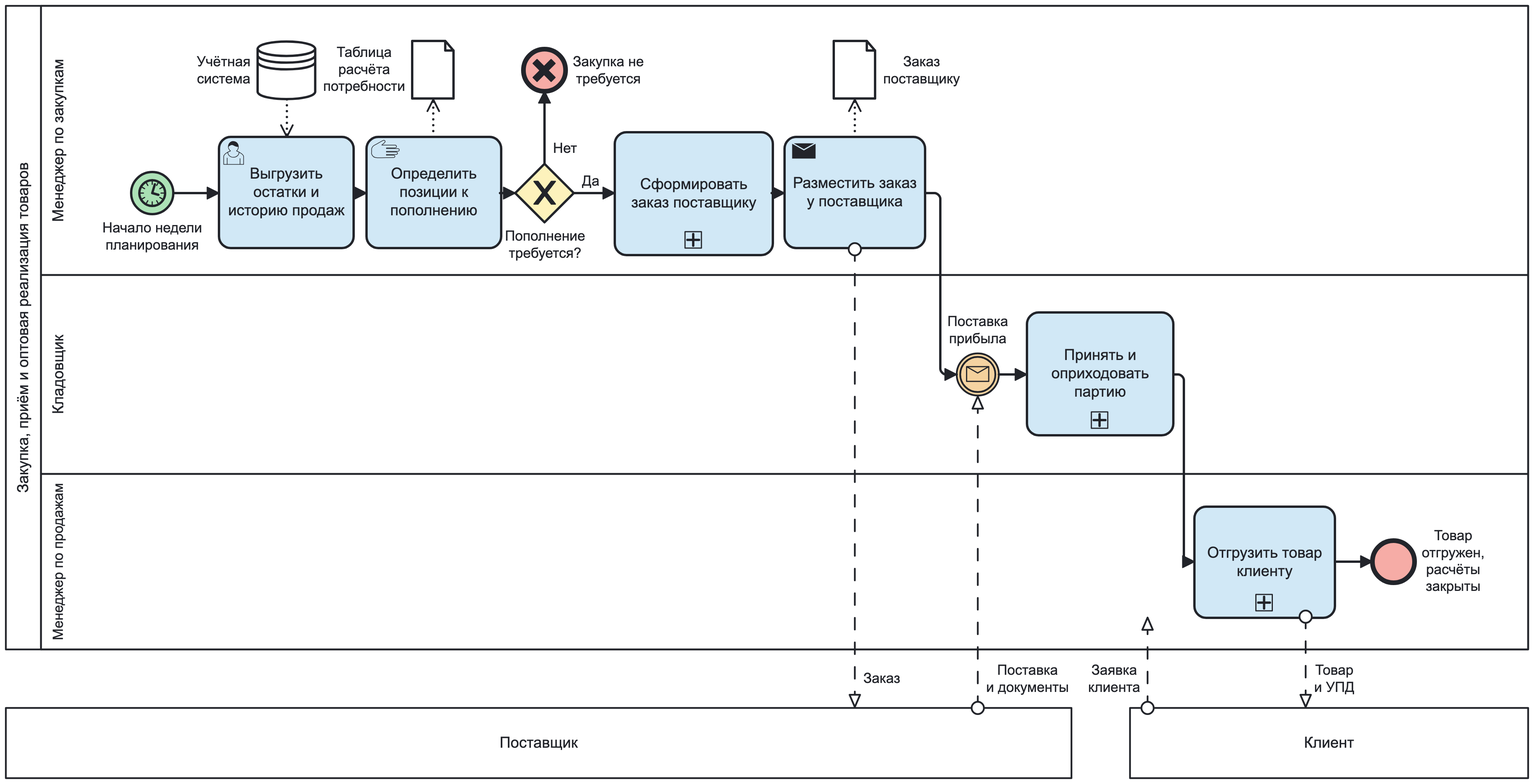
The BPMN diagram img/as_is.png in VadFaipin1/sppr-vybor-postavshchika, before a commit. Its source is kept beside it as bpmn/as_is.bpmn. Ids are renumbered.
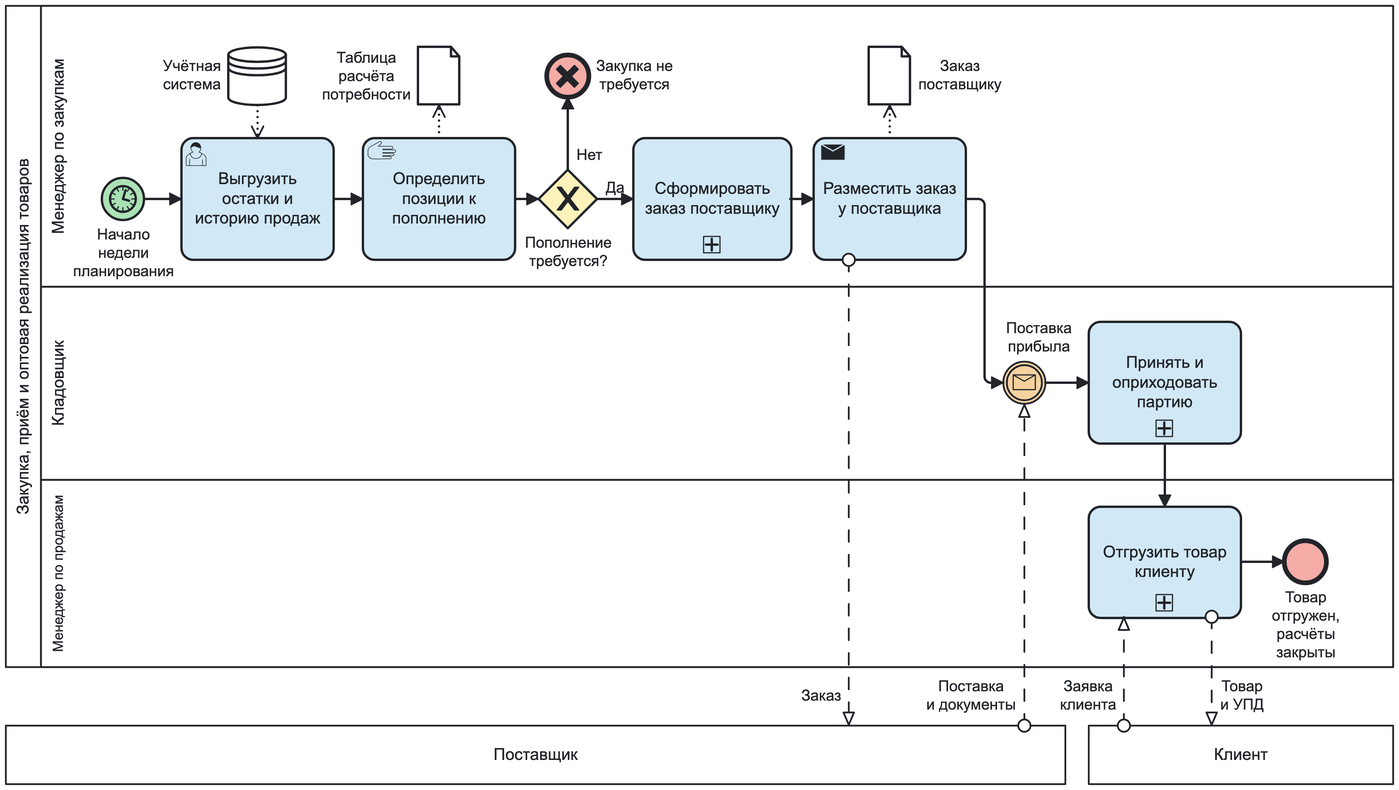
Later version of the same file.

What changed in the source:
```diff
@@ -14,7 +14,7 @@
 <bpmn:lane id="Lane_04" name="Кладовщик"><bpmn:flowNodeRef>Event_22</bpmn:flowNodeRef><bpmn:flowNodeRef>Activity_24</bpmn:flowNodeRef></bpmn:lane>
 <bpmn:lane id="Lane_05" name="Менеджер по продажам"><bpmn:flowNodeRef>Activity_25</bpmn:flowNodeRef><bpmn:flowNodeRef>Event_26</bpmn:flowNodeRef></bpmn:lane>
 </bpmn:laneSet>
-<bpmn:startEvent id="Event_08" name="Начало недели&#10;планирования"><bpmn:outgoing>Flow_27</bpmn:outgoing><bpmn:timerEventDefinition id="EventDefinition_09" /></bpmn:startEvent>
+<bpmn:startEvent id="Event_08" name="Начало&#10;недели&#10;планирования"><bpmn:outgoing>Flow_27</bpmn:outgoing><bpmn:timerEventDefinition id="EventDefinition_09" /></bpmn:startEvent>
 <bpmn:dataStoreReference id="DataStoreReference_10" name="Учётная&#10;система"></bpmn:dataStoreReference>
 <bpmn:userTask id="Activity_11" name="Выгрузить остатки и историю продаж"><bpmn:incoming>Flow_27</bpmn:incoming><bpmn:outgoing>Flow_28</bpmn:outgoing><bpmn:property id="Property_38" name="__targetRef_placeholder" /><bpmn:dataInputAssociation id="DataInputAssociation_37"><bpmn:sourceRef>DataStoreReference_10</bpmn:sourceRef><bpmn:targetRef>Property_38</bpmn:targetRef></bpmn:dataInputAssociation></bpmn:userTask>
 <bpmn:manualTask id="Activity_12" name="Определить позиции к пополнению"><bpmn:incoming>Flow_28</bpmn:incoming><bpmn:outgoing>Flow_29</bpmn:outgoing><bpmn:dataOutputAssociation id="DataOutputAssociation_39"><bpmn:targetRef>DataObjectReference_13</bpmn:targetRef></bpmn:dataOutputAssociation></bpmn:manualTask>
@@ -41,43 +41,43 @@
 </bpmn:process>
 <bpmndi:BPMNDiagram id="BPMNDiagram_as_is">
 <bpmndi:BPMNPlane id="BPMNPlane_as_is" bpmnElement="Collaboration_as_is">
-<bpmndi:BPMNShape id="Participant_01_di" bpmnElement="Participant_01" isHorizontal="true"><dc:Bounds x="0" y="0" width="1300" height="550" /></bpmndi:BPMNShape>
-<bpmndi:BPMNShape id="Lane_03_di" bpmnElement="Lane_03" isHorizontal="true"><dc:Bounds x="30" y="0" width="1270" height="230" /></bpmndi:BPMNShape>
-<bpmndi:BPMNShape id="Lane_04_di" bpmnElement="Lane_04" isHorizontal="true"><dc:Bounds x="30" y="230" width="1270" height="170" /></bpmndi:BPMNShape>
-<bpmndi:BPMNShape id="Lane_05_di" bpmnElement="Lane_05" isHorizontal="true"><dc:Bounds x="30" y="400" width="1270" height="150" /></bpmndi:BPMNShape>
-<bpmndi:BPMNShape id="Participant_06_di" bpmnElement="Participant_06" isHorizontal="true"><dc:Bounds x="0" y="600" width="910" height="60" /></bpmndi:BPMNShape>
-<bpmndi:BPMNShape id="Participant_07_di" bpmnElement="Participant_07" isHorizontal="true"><dc:Bounds x="960" y="600" width="340" height="60" /></bpmndi:BPMNShape>
-<bpmndi:BPMNShape bioc:fill="#a9e0b3" color:background-color="#a9e0b3" id="Event_08_di" bpmnElement="Event_08"><dc:Bounds x="107" y="142" width="36" height="36" /><bpmndi:BPMNLabel><dc:Bounds x="82" y="183" width="86" height="29" /></bpmndi:BPMNLabel></bpmndi:BPMNShape>
-<bpmndi:BPMNShape id="DataStoreReference_10_di" bpmnElement="DataStoreReference_10"><dc:Bounds x="215" y="30" width="50" height="50" /><bpmndi:BPMNLabel><dc:Bounds x="163" y="41" width="46" height="29" /></bpmndi:BPMNLabel></bpmndi:BPMNShape>
-<bpmndi:BPMNShape bioc:fill="#cfe7f6" color:background-color="#cfe7f6" id="Activity_11_di" bpmnElement="Activity_11"><dc:Bounds x="182" y="112" width="115" height="95" /></bpmndi:BPMNShape>
-<bpmndi:BPMNShape bioc:fill="#cfe7f6" color:background-color="#cfe7f6" id="Activity_12_di" bpmnElement="Activity_12"><dc:Bounds x="308" y="112" width="115" height="95" /></bpmndi:BPMNShape>
-<bpmndi:BPMNShape id="DataObjectReference_13_di" bpmnElement="DataObjectReference_13"><dc:Bounds x="347" y="30" width="36" height="50" /><bpmndi:BPMNLabel><dc:Bounds x="271" y="33" width="70" height="43" /></bpmndi:BPMNLabel></bpmndi:BPMNShape>
-<bpmndi:BPMNShape bioc:fill="#fdf1b8" color:background-color="#fdf1b8" id="Gateway_15_di" bpmnElement="Gateway_15" isMarkerVisible="true"><dc:Bounds x="435" y="135" width="50" height="50" /><bpmndi:BPMNLabel><dc:Bounds x="426" y="190" width="69" height="29" /></bpmndi:BPMNLabel></bpmndi:BPMNShape>
-<bpmndi:BPMNShape bioc:fill="#f5a8a1" color:background-color="#f5a8a1" id="Event_16_di" bpmnElement="Event_16"><dc:Bounds x="442" y="37" width="36" height="36" /><bpmndi:BPMNLabel><dc:Bounds x="484" y="41" width="60" height="29" /></bpmndi:BPMNLabel></bpmndi:BPMNShape>
-<bpmndi:BPMNShape bioc:fill="#cfe7f6" color:background-color="#cfe7f6" id="Activity_18_di" bpmnElement="Activity_18" isExpanded="false"><dc:Bounds x="520" y="108" width="135" height="105" /></bpmndi:BPMNShape>
-<bpmndi:BPMNShape bioc:fill="#cfe7f6" color:background-color="#cfe7f6" id="Activity_19_di" bpmnElement="Activity_19"><dc:Bounds x="665" y="112" width="120" height="95" /></bpmndi:BPMNShape>
-<bpmndi:BPMNShape id="DataObjectReference_20_di" bpmnElement="DataObjectReference_20"><dc:Bounds x="707" y="30" width="36" height="50" /><bpmndi:BPMNLabel><dc:Bounds x="749" y="41" width="66" height="29" /></bpmndi:BPMNLabel></bpmndi:BPMNShape>
-<bpmndi:BPMNShape bioc:fill="#f4d19c" color:background-color="#f4d19c" id="Event_22_di" bpmnElement="Event_22"><dc:Bounds x="812" y="297" width="36" height="36" /><bpmndi:BPMNLabel><dc:Bounds x="804" y="263" width="52" height="29" /></bpmndi:BPMNLabel></bpmndi:BPMNShape>
-<bpmndi:BPMNShape bioc:fill="#cfe7f6" color:background-color="#cfe7f6" id="Activity_24_di" bpmnElement="Activity_24" isExpanded="false"><dc:Bounds x="872" y="262" width="125" height="105" /></bpmndi:BPMNShape>
-<bpmndi:BPMNShape bioc:fill="#cfe7f6" color:background-color="#cfe7f6" id="Activity_25_di" bpmnElement="Activity_25" isExpanded="false"><dc:Bounds x="1015" y="428" width="120" height="95" /></bpmndi:BPMNShape>
-<bpmndi:BPMNShape bioc:fill="#f5a8a1" color:background-color="#f5a8a1" id="Event_26_di" bpmnElement="Event_26"><dc:Bounds x="1167" y="457" width="36" height="36" /><bpmndi:BPMNLabel><dc:Bounds x="1209" y="446" width="54" height="58" /></bpmndi:BPMNLabel></bpmndi:BPMNShape>
-<bpmndi:BPMNEdge id="Flow_27_di" bpmnElement="Flow_27"><di:waypoint x="143" y="160" /><di:waypoint x="182" y="160" /></bpmndi:BPMNEdge>
-<bpmndi:BPMNEdge id="Flow_28_di" bpmnElement="Flow_28"><di:waypoint x="298" y="160" /><di:waypoint x="308" y="160" /></bpmndi:BPMNEdge>
-<bpmndi:BPMNEdge id="Flow_29_di" bpmnElement="Flow_29"><di:waypoint x="422" y="160" /><di:waypoint x="435" y="160" /></bpmndi:BPMNEdge>
-<bpmndi:BPMNEdge id="Flow_30_di" bpmnElement="Flow_30"><di:waypoint x="460" y="135" /><di:waypoint x="460" y="73" /><bpmndi:BPMNLabel><dc:Bounds x="466" y="115" width="23" height="14" /></bpmndi:BPMNLabel></bpmndi:BPMNEdge>
-<bpmndi:BPMNEdge id="Flow_31_di" bpmnElement="Flow_31"><di:waypoint x="485" y="160" /><di:waypoint x="520" y="160" /><bpmndi:BPMNLabel><dc:Bounds x="491" y="143" width="17" height="14" /></bpmndi:BPMNLabel></bpmndi:BPMNEdge>
-<bpmndi:BPMNEdge id="Flow_32_di" bpmnElement="Flow_32"><di:waypoint x="654" y="160" /><di:waypoint x="665" y="160" /></bpmndi:BPMNEdge>
-<bpmndi:BPMNEdge id="Flow_33_di" bpmnElement="Flow_33"><di:waypoint x="785" y="160" /><di:waypoint x="798" y="160" /><di:waypoint x="798" y="315" /><di:waypoint x="812" y="315" /></bpmndi:BPMNEdge>
-<bpmndi:BPMNEdge id="Flow_34_di" bpmnElement="Flow_34"><di:waypoint x="848" y="315" /><di:waypoint x="872" y="315" /></bpmndi:BPMNEdge>
-<bpmndi:BPMNEdge id="Flow_35_di" bpmnElement="Flow_35"><di:waypoint x="998" y="315" /><di:waypoint x="1006" y="315" /><di:waypoint x="1006" y="475" /><di:waypoint x="1015" y="475" /></bpmndi:BPMNEdge>
-<bpmndi:BPMNEdge id="Flow_36_di" bpmnElement="Flow_36"><di:waypoint x="1135" y="475" /><di:waypoint x="1167" y="475" /></bpmndi:BPMNEdge>
-<bpmndi:BPMNEdge id="MessageFlow_41_di" bpmnElement="MessageFlow_41"><di:waypoint x="725" y="208" /><di:waypoint x="725" y="600" /><bpmndi:BPMNLabel><dc:Bounds x="731" y="568" width="33" height="14" /></bpmndi:BPMNLabel></bpmndi:BPMNEdge>
-<bpmndi:BPMNEdge id="MessageFlow_42_di" bpmnElement="MessageFlow_42"><di:waypoint x="830" y="600" /><di:waypoint x="830" y="333" /><bpmndi:BPMNLabel><dc:Bounds x="836" y="561" width="73" height="29" /></bpmndi:BPMNLabel></bpmndi:BPMNEdge>
-<bpmndi:BPMNEdge id="MessageFlow_43_di" bpmnElement="MessageFlow_43"><di:waypoint x="975" y="600" /><di:waypoint x="975" y="522" /><bpmndi:BPMNLabel><dc:Bounds x="923" y="561" width="46" height="29" /></bpmndi:BPMNLabel></bpmndi:BPMNEdge>
-<bpmndi:BPMNEdge id="MessageFlow_44_di" bpmnElement="MessageFlow_44"><di:waypoint x="1110" y="522" /><di:waypoint x="1110" y="600" /><bpmndi:BPMNLabel><dc:Bounds x="1116" y="561" width="36" height="29" /></bpmndi:BPMNLabel></bpmndi:BPMNEdge>
-<bpmndi:BPMNEdge id="DataInputAssociation_37_di" bpmnElement="DataInputAssociation_37"><di:waypoint x="240" y="80" /><di:waypoint x="240" y="112" /></bpmndi:BPMNEdge>
-<bpmndi:BPMNEdge id="DataOutputAssociation_39_di" bpmnElement="DataOutputAssociation_39"><di:waypoint x="365" y="112" /><di:waypoint x="365" y="80" /></bpmndi:BPMNEdge>
-<bpmndi:BPMNEdge id="DataOutputAssociation_40_di" bpmnElement="DataOutputAssociation_40"><di:waypoint x="725" y="112" /><di:waypoint x="725" y="80" /></bpmndi:BPMNEdge>
+<bpmndi:BPMNShape id="Participant_01_di" bpmnElement="Participant_01" isHorizontal="true"><dc:Bounds x="0" y="0" width="1185" height="565" /></bpmndi:BPMNShape>
+<bpmndi:BPMNShape id="Lane_03_di" bpmnElement="Lane_03" isHorizontal="true"><dc:Bounds x="30" y="0" width="1155" height="240" /></bpmndi:BPMNShape>
+<bpmndi:BPMNShape id="Lane_04_di" bpmnElement="Lane_04" isHorizontal="true"><dc:Bounds x="30" y="240" width="1155" height="165" /></bpmndi:BPMNShape>
+<bpmndi:BPMNShape id="Lane_05_di" bpmnElement="Lane_05" isHorizontal="true"><dc:Bounds x="30" y="405" width="1155" height="160" /></bpmndi:BPMNShape>
+<bpmndi:BPMNShape id="Participant_06_di" bpmnElement="Participant_06" isHorizontal="true"><dc:Bounds x="0" y="615" width="905" height="50" /></bpmndi:BPMNShape>
+<bpmndi:BPMNShape id="Participant_07_di" bpmnElement="Participant_07" isHorizontal="true"><dc:Bounds x="925" y="615" width="260" height="50" /></bpmndi:BPMNShape>
+<bpmndi:BPMNShape bioc:fill="#a9e0b3" color:background-color="#a9e0b3" id="Event_08_di" bpmnElement="Event_08"><dc:Bounds x="82" y="147" width="36" height="36" /><bpmndi:BPMNLabel><dc:Bounds x="57" y="188" width="86" height="47" /></bpmndi:BPMNLabel></bpmndi:BPMNShape>
+<bpmndi:BPMNShape id="DataStoreReference_10_di" bpmnElement="DataStoreReference_10"><dc:Bounds x="190" y="35" width="50" height="50" /><bpmndi:BPMNLabel><dc:Bounds x="134" y="44" width="50" height="31" /></bpmndi:BPMNLabel></bpmndi:BPMNShape>
+<bpmndi:BPMNShape bioc:fill="#cfe7f6" color:background-color="#cfe7f6" id="Activity_11_di" bpmnElement="Activity_11"><dc:Bounds x="150" y="113" width="130" height="104" /></bpmndi:BPMNShape>
+<bpmndi:BPMNShape bioc:fill="#cfe7f6" color:background-color="#cfe7f6" id="Activity_12_di" bpmnElement="Activity_12"><dc:Bounds x="305" y="113" width="130" height="104" /></bpmndi:BPMNShape>
+<bpmndi:BPMNShape id="DataObjectReference_13_di" bpmnElement="DataObjectReference_13"><dc:Bounds x="352" y="35" width="36" height="50" /><bpmndi:BPMNLabel><dc:Bounds x="270" y="37" width="76" height="47" /></bpmndi:BPMNLabel></bpmndi:BPMNShape>
+<bpmndi:BPMNShape bioc:fill="#fdf1b8" color:background-color="#fdf1b8" id="Gateway_15_di" bpmnElement="Gateway_15" isMarkerVisible="true"><dc:Bounds x="455" y="140" width="50" height="50" /><bpmndi:BPMNLabel><dc:Bounds x="443" y="195" width="75" height="31" /></bpmndi:BPMNLabel></bpmndi:BPMNShape>
+<bpmndi:BPMNShape bioc:fill="#f5a8a1" color:background-color="#f5a8a1" id="Event_16_di" bpmnElement="Event_16"><dc:Bounds x="462" y="42" width="36" height="36" /><bpmndi:BPMNLabel><dc:Bounds x="504" y="44" width="65" height="31" /></bpmndi:BPMNLabel></bpmndi:BPMNShape>
+<bpmndi:BPMNShape bioc:fill="#cfe7f6" color:background-color="#cfe7f6" id="Activity_18_di" bpmnElement="Activity_18" isExpanded="false"><dc:Bounds x="536" y="113" width="135" height="104" /></bpmndi:BPMNShape>
+<bpmndi:BPMNShape bioc:fill="#cfe7f6" color:background-color="#cfe7f6" id="Activity_19_di" bpmnElement="Activity_19"><dc:Bounds x="690" y="113" width="130" height="104" /></bpmndi:BPMNShape>
+<bpmndi:BPMNShape id="DataObjectReference_20_di" bpmnElement="DataObjectReference_20"><dc:Bounds x="737" y="35" width="36" height="50" /><bpmndi:BPMNLabel><dc:Bounds x="779" y="44" width="71" height="31" /></bpmndi:BPMNLabel></bpmndi:BPMNShape>
+<bpmndi:BPMNShape bioc:fill="#f4d19c" color:background-color="#f4d19c" id="Event_22_di" bpmnElement="Event_22"><dc:Bounds x="852" y="304" width="36" height="36" /><bpmndi:BPMNLabel><dc:Bounds x="854" y="268" width="56" height="31" /></bpmndi:BPMNLabel></bpmndi:BPMNShape>
+<bpmndi:BPMNShape bioc:fill="#cfe7f6" color:background-color="#cfe7f6" id="Activity_24_di" bpmnElement="Activity_24" isExpanded="false"><dc:Bounds x="925" y="270" width="130" height="104" /></bpmndi:BPMNShape>
+<bpmndi:BPMNShape bioc:fill="#cfe7f6" color:background-color="#cfe7f6" id="Activity_25_di" bpmnElement="Activity_25" isExpanded="false"><dc:Bounds x="925" y="428" width="130" height="95" /></bpmndi:BPMNShape>
+<bpmndi:BPMNShape bioc:fill="#f5a8a1" color:background-color="#f5a8a1" id="Event_26_di" bpmnElement="Event_26"><dc:Bounds x="1092" y="457" width="36" height="36" /><bpmndi:BPMNLabel><dc:Bounds x="1081" y="498" width="58" height="62" /></bpmndi:BPMNLabel></bpmndi:BPMNShape>
+<bpmndi:BPMNEdge id="Flow_27_di" bpmnElement="Flow_27"><di:waypoint x="118" y="165" /><di:waypoint x="150" y="165" /></bpmndi:BPMNEdge>
+<bpmndi:BPMNEdge id="Flow_28_di" bpmnElement="Flow_28"><di:waypoint x="280" y="165" /><di:waypoint x="305" y="165" /></bpmndi:BPMNEdge>
+<bpmndi:BPMNEdge id="Flow_29_di" bpmnElement="Flow_29"><di:waypoint x="435" y="165" /><di:waypoint x="455" y="165" /></bpmndi:BPMNEdge>
+<bpmndi:BPMNEdge id="Flow_30_di" bpmnElement="Flow_30"><di:waypoint x="480" y="140" /><di:waypoint x="480" y="78" /><bpmndi:BPMNLabel><dc:Bounds x="486" y="120" width="25" height="16" /></bpmndi:BPMNLabel></bpmndi:BPMNEdge>
+<bpmndi:BPMNEdge id="Flow_31_di" bpmnElement="Flow_31"><di:waypoint x="505" y="165" /><di:waypoint x="536" y="165" /><bpmndi:BPMNLabel><dc:Bounds x="511" y="148" width="18" height="16" /></bpmndi:BPMNLabel></bpmndi:BPMNEdge>
+<bpmndi:BPMNEdge id="Flow_32_di" bpmnElement="Flow_32"><di:waypoint x="670" y="165" /><di:waypoint x="690" y="165" /></bpmndi:BPMNEdge>
+<bpmndi:BPMNEdge id="Flow_33_di" bpmnElement="Flow_33"><di:waypoint x="820" y="165" /><di:waypoint x="836" y="165" /><di:waypoint x="836" y="322" /><di:waypoint x="852" y="322" /></bpmndi:BPMNEdge>
+<bpmndi:BPMNEdge id="Flow_34_di" bpmnElement="Flow_34"><di:waypoint x="888" y="322" /><di:waypoint x="925" y="322" /></bpmndi:BPMNEdge>
+<bpmndi:BPMNEdge id="Flow_35_di" bpmnElement="Flow_35"><di:waypoint x="990" y="374" /><di:waypoint x="990" y="428" /></bpmndi:BPMNEdge>
+<bpmndi:BPMNEdge id="Flow_36_di" bpmnElement="Flow_36"><di:waypoint x="1055" y="475" /><di:waypoint x="1092" y="475" /></bpmndi:BPMNEdge>
+<bpmndi:BPMNEdge id="MessageFlow_41_di" bpmnElement="MessageFlow_41"><di:waypoint x="720" y="217" /><di:waypoint x="720" y="615" /><bpmndi:BPMNLabel><dc:Bounds x="678" y="582" width="36" height="16" /></bpmndi:BPMNLabel></bpmndi:BPMNEdge>
+<bpmndi:BPMNEdge id="MessageFlow_42_di" bpmnElement="MessageFlow_42"><di:waypoint x="870" y="615" /><di:waypoint x="870" y="340" /><bpmndi:BPMNLabel><dc:Bounds x="785" y="574" width="79" height="31" /></bpmndi:BPMNLabel></bpmndi:BPMNEdge>
+<bpmndi:BPMNEdge id="MessageFlow_43_di" bpmnElement="MessageFlow_43"><di:waypoint x="955" y="615" /><di:waypoint x="955" y="522" /><bpmndi:BPMNLabel><dc:Bounds x="899" y="574" width="50" height="31" /></bpmndi:BPMNLabel></bpmndi:BPMNEdge>
+<bpmndi:BPMNEdge id="MessageFlow_44_di" bpmnElement="MessageFlow_44"><di:waypoint x="1030" y="522" /><di:waypoint x="1030" y="615" /><bpmndi:BPMNLabel><dc:Bounds x="1036" y="574" width="39" height="31" /></bpmndi:BPMNLabel></bpmndi:BPMNEdge>
+<bpmndi:BPMNEdge id="DataInputAssociation_37_di" bpmnElement="DataInputAssociation_37"><di:waypoint x="215" y="85" /><di:waypoint x="215" y="113" /></bpmndi:BPMNEdge>
+<bpmndi:BPMNEdge id="DataOutputAssociation_39_di" bpmnElement="DataOutputAssociation_39"><di:waypoint x="370" y="113" /><di:waypoint x="370" y="85" /></bpmndi:BPMNEdge>
+<bpmndi:BPMNEdge id="DataOutputAssociation_40_di" bpmnElement="DataOutputAssociation_40"><di:waypoint x="755" y="113" /><di:waypoint x="755" y="85" /></bpmndi:BPMNEdge>
 </bpmndi:BPMNPlane>
 </bpmndi:BPMNDiagram>
 </bpmn:definitions>
```
